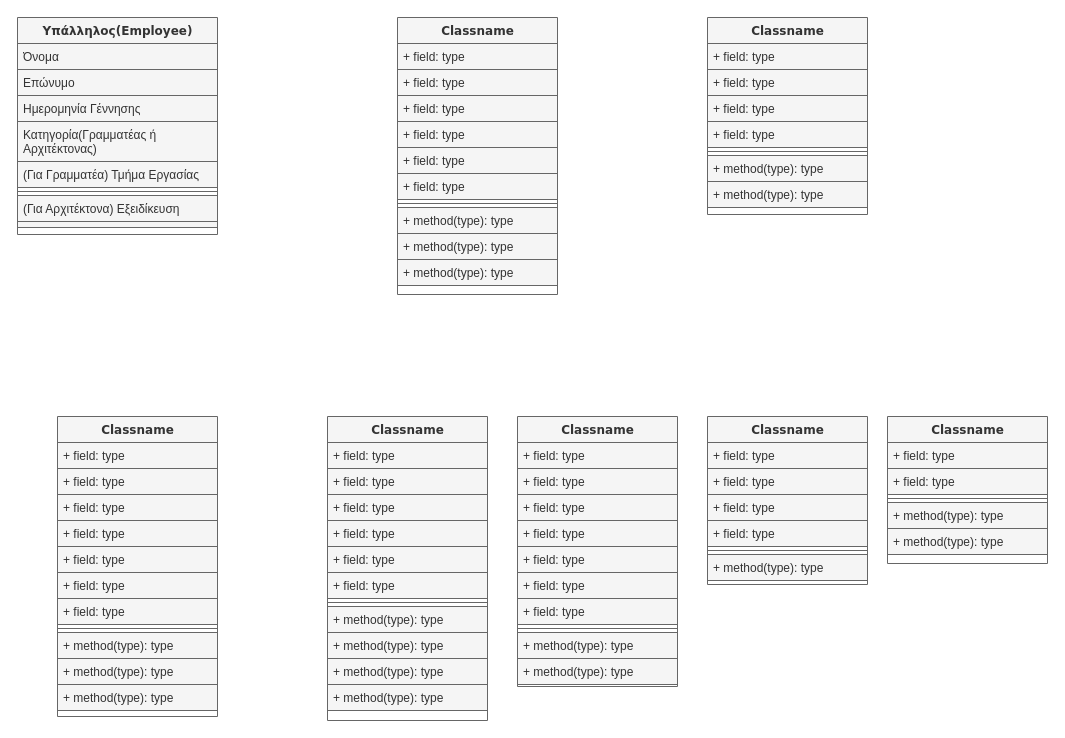
Arxonus/Programms keeps this draw.io diagram as CN5000 – Βάσεις Δεδομένων.drawio. Above is the earlier version. Source tidied: cells renumbered, new cells numbered last; positions are measured from the earlier drawing's top-left corner, leaving out a move shared by most shapes. Both pictures are drawn from the tidied source at 100%, with x=0, y=0 at pixel (17, 17).
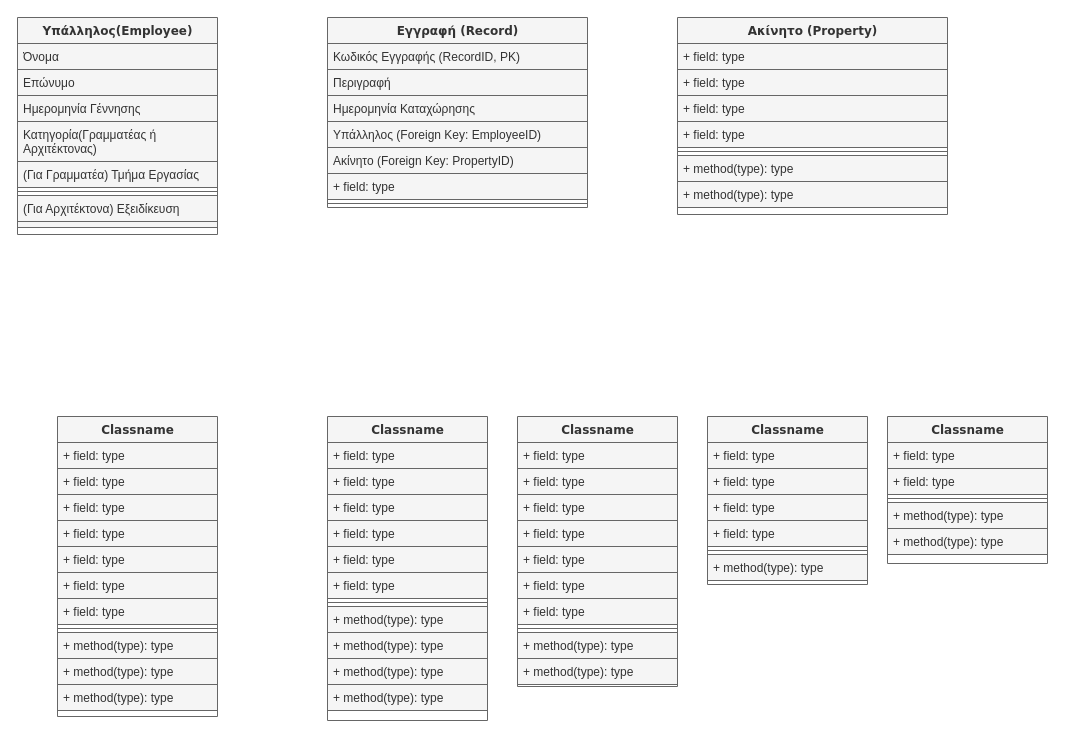
After the change.

Diff of the diagram source:
```diff
@@
-    <mxCell id="11" value="Classname" style="swimlane;html=1;fontStyle=1;align=center;verticalAlign=top;horizontal=1;startSize=26;swimlaneFillColor=#ffffff;rounded=0;shadow=0;comic=0;labelBackgroundColor=none;strokeWidth=1;fillColor=#f5f5f5;fontFamily=Verdana;fontSize=12;fontColor=#333333;strokeColor=#666666;" parent="1" vertex="1">
-      <mxGeometry x="380" width="160" height="277" as="geometry" />
+    <mxCell id="11" value="Εγγραφή (Record)" style="swimlane;html=1;fontStyle=1;align=center;verticalAlign=top;horizontal=1;startSize=26;swimlaneFillColor=#ffffff;rounded=0;shadow=0;comic=0;labelBackgroundColor=none;strokeWidth=1;fillColor=#f5f5f5;fontFamily=Verdana;fontSize=12;fontColor=#333333;strokeColor=#666666;" parent="1" vertex="1">
+      <mxGeometry x="310" width="260" height="190" as="geometry" />
     </mxCell>
-    <mxCell id="12" value="+ field: type" style="text;html=1;strokeColor=#666666;fillColor=#f5f5f5;align=left;verticalAlign=top;spacingLeft=4;spacingRight=4;whiteSpace=wrap;overflow=hidden;fontColor=#333333;" parent="11" vertex="1">
-      <mxGeometry y="26" width="160" height="26" as="geometry" />
+    <mxCell id="12" value="Κωδικός Εγγραφής (RecordID, PK)" style="text;html=1;strokeColor=#666666;fillColor=#f5f5f5;align=left;verticalAlign=top;spacingLeft=4;spacingRight=4;whiteSpace=wrap;overflow=hidden;fontColor=#333333;" parent="11" vertex="1">
+      <mxGeometry y="26" width="260" height="26" as="geometry" />
     </mxCell>
-    <mxCell id="13" value="+ field: type" style="text;html=1;strokeColor=#666666;fillColor=#f5f5f5;align=left;verticalAlign=top;spacingLeft=4;spacingRight=4;whiteSpace=wrap;overflow=hidden;fontColor=#333333;" parent="11" vertex="1">
-      <mxGeometry y="52" width="160" height="26" as="geometry" />
+    <mxCell id="13" value="Περιγραφή" style="text;html=1;strokeColor=#666666;fillColor=#f5f5f5;align=left;verticalAlign=top;spacingLeft=4;spacingRight=4;whiteSpace=wrap;overflow=hidden;fontColor=#333333;" parent="11" vertex="1">
+      <mxGeometry y="52" width="260" height="26" as="geometry" />
     </mxCell>
-    <mxCell id="14" value="+ field: type" style="text;html=1;strokeColor=#666666;fillColor=#f5f5f5;align=left;verticalAlign=top;spacingLeft=4;spacingRight=4;whiteSpace=wrap;overflow=hidden;fontColor=#333333;" parent="11" vertex="1">
-      <mxGeometry y="78" width="160" height="26" as="geometry" />
+    <mxCell id="14" value="Ημερομηνία Καταχώρησης" style="text;html=1;strokeColor=#666666;fillColor=#f5f5f5;align=left;verticalAlign=top;spacingLeft=4;spacingRight=4;whiteSpace=wrap;overflow=hidden;fontColor=#333333;" parent="11" vertex="1">
+      <mxGeometry y="78" width="260" height="26" as="geometry" />
     </mxCell>
-    <mxCell id="15" value="+ field: type" style="text;html=1;strokeColor=#666666;fillColor=#f5f5f5;align=left;verticalAlign=top;spacingLeft=4;spacingRight=4;whiteSpace=wrap;overflow=hidden;fontColor=#333333;" parent="11" vertex="1">
-      <mxGeometry y="104" width="160" height="26" as="geometry" />
+    <mxCell id="15" value="Υπάλληλος (Foreign Key: EmployeeID)" style="text;html=1;strokeColor=#666666;fillColor=#f5f5f5;align=left;verticalAlign=top;spacingLeft=4;spacingRight=4;whiteSpace=wrap;overflow=hidden;fontColor=#333333;" parent="11" vertex="1">
+      <mxGeometry y="104" width="260" height="26" as="geometry" />
     </mxCell>
-    <mxCell id="16" value="+ field: type" style="text;html=1;strokeColor=#666666;fillColor=#f5f5f5;align=left;verticalAlign=top;spacingLeft=4;spacingRight=4;whiteSpace=wrap;overflow=hidden;fontColor=#333333;" parent="11" vertex="1">
-      <mxGeometry y="130" width="160" height="26" as="geometry" />
+    <mxCell id="16" value="Ακίνητο (Foreign Key: PropertyID)" style="text;html=1;strokeColor=#666666;fillColor=#f5f5f5;align=left;verticalAlign=top;spacingLeft=4;spacingRight=4;whiteSpace=wrap;overflow=hidden;fontColor=#333333;" parent="11" vertex="1">
+      <mxGeometry y="130" width="260" height="26" as="geometry" />
     </mxCell>
     <mxCell id="17" value="+ field: type" style="text;html=1;strokeColor=#666666;fillColor=#f5f5f5;align=left;verticalAlign=top;spacingLeft=4;spacingRight=4;whiteSpace=wrap;overflow=hidden;fontColor=#333333;" parent="11" vertex="1">
-      <mxGeometry y="156" width="160" height="26" as="geometry" />
+      <mxGeometry y="156" width="260" height="26" as="geometry" />
     </mxCell>
     <mxCell id="18" style="line;html=1;strokeWidth=1;fillColor=#f5f5f5;align=left;verticalAlign=middle;spacingTop=-1;spacingLeft=3;spacingRight=3;labelPosition=right;fontColor=#333333;strokeColor=#666666;" parent="11" vertex="1">
-      <mxGeometry y="182" width="160" height="8" as="geometry" />
+      <mxGeometry y="182" width="260" height="8" as="geometry" />
     </mxCell>
-    <mxCell id="19" value="+ method(type): type" style="text;html=1;strokeColor=#666666;fillColor=#f5f5f5;align=left;verticalAlign=top;spacingLeft=4;spacingRight=4;whiteSpace=wrap;overflow=hidden;fontColor=#333333;" parent="11" vertex="1">
-      <mxGeometry y="190" width="160" height="26" as="geometry" />
-    </mxCell>
-    <mxCell id="20" value="+ method(type): type" style="text;html=1;strokeColor=#666666;fillColor=#f5f5f5;align=left;verticalAlign=top;spacingLeft=4;spacingRight=4;whiteSpace=wrap;overflow=hidden;fontColor=#333333;" parent="11" vertex="1">
-      <mxGeometry y="216" width="160" height="26" as="geometry" />
-    </mxCell>
-    <mxCell id="21" value="+ method(type): type" style="text;html=1;strokeColor=#666666;fillColor=#f5f5f5;align=left;verticalAlign=top;spacingLeft=4;spacingRight=4;whiteSpace=wrap;overflow=hidden;fontColor=#333333;" parent="11" vertex="1">
-      <mxGeometry y="242" width="160" height="26" as="geometry" />
-    </mxCell>
-    <mxCell id="22" value="Classname" style="swimlane;html=1;fontStyle=1;align=center;verticalAlign=top;horizontal=1;startSize=26;swimlaneFillColor=#ffffff;rounded=0;shadow=0;comic=0;labelBackgroundColor=none;strokeWidth=1;fillColor=#f5f5f5;fontFamily=Verdana;fontSize=12;fontColor=#333333;strokeColor=#666666;" parent="1" vertex="1">
-      <mxGeometry x="690" width="160" height="197" as="geometry" />
+    <mxCell id="22" value="Ακίνητο (Property)" style="swimlane;html=1;fontStyle=1;align=center;verticalAlign=top;horizontal=1;startSize=26;swimlaneFillColor=#ffffff;rounded=0;shadow=0;comic=0;labelBackgroundColor=none;strokeWidth=1;fillColor=#f5f5f5;fontFamily=Verdana;fontSize=12;fontColor=#333333;strokeColor=#666666;" parent="1" vertex="1">
+      <mxGeometry x="660" width="270" height="197" as="geometry" />
     </mxCell>
     <mxCell id="23" value="+ field: type" style="text;html=1;strokeColor=#666666;fillColor=#f5f5f5;align=left;verticalAlign=top;spacingLeft=4;spacingRight=4;whiteSpace=wrap;overflow=hidden;fontColor=#333333;" parent="22" vertex="1">
-      <mxGeometry y="26" width="160" height="26" as="geometry" />
+      <mxGeometry y="26" width="270" height="26" as="geometry" />
     </mxCell>
     <mxCell id="24" value="+ field: type" style="text;html=1;strokeColor=#666666;fillColor=#f5f5f5;align=left;verticalAlign=top;spacingLeft=4;spacingRight=4;whiteSpace=wrap;overflow=hidden;fontColor=#333333;" parent="22" vertex="1">
-      <mxGeometry y="52" width="160" height="26" as="geometry" />
+      <mxGeometry y="52" width="270" height="26" as="geometry" />
     </mxCell>
     <mxCell id="25" value="+ field: type" style="text;html=1;strokeColor=#666666;fillColor=#f5f5f5;align=left;verticalAlign=top;spacingLeft=4;spacingRight=4;whiteSpace=wrap;overflow=hidden;fontColor=#333333;" parent="22" vertex="1">
-      <mxGeometry y="78" width="160" height="26" as="geometry" />
+      <mxGeometry y="78" width="270" height="26" as="geometry" />
     </mxCell>
     <mxCell id="26" value="+ field: type" style="text;html=1;strokeColor=#666666;fillColor=#f5f5f5;align=left;verticalAlign=top;spacingLeft=4;spacingRight=4;whiteSpace=wrap;overflow=hidden;fontColor=#333333;" parent="22" vertex="1">
-      <mxGeometry y="104" width="160" height="26" as="geometry" />
+      <mxGeometry y="104" width="270" height="26" as="geometry" />
     </mxCell>
     <mxCell id="27" style="line;html=1;strokeWidth=1;fillColor=#f5f5f5;align=left;verticalAlign=middle;spacingTop=-1;spacingLeft=3;spacingRight=3;labelPosition=right;fontColor=#333333;strokeColor=#666666;" parent="22" vertex="1">
-      <mxGeometry y="130" width="160" height="8" as="geometry" />
+      <mxGeometry y="130" width="270" height="8" as="geometry" />
     </mxCell>
     <mxCell id="28" value="+ method(type): type" style="text;html=1;strokeColor=#666666;fillColor=#f5f5f5;align=left;verticalAlign=top;spacingLeft=4;spacingRight=4;whiteSpace=wrap;overflow=hidden;fontColor=#333333;" parent="22" vertex="1">
-      <mxGeometry y="138" width="160" height="26" as="geometry" />
+      <mxGeometry y="138" width="270" height="26" as="geometry" />
     </mxCell>
     <mxCell id="29" value="+ method(type): type" style="text;html=1;strokeColor=#666666;fillColor=#f5f5f5;align=left;verticalAlign=top;spacingLeft=4;spacingRight=4;whiteSpace=wrap;overflow=hidden;fontColor=#333333;" parent="22" vertex="1">
-      <mxGeometry y="164" width="160" height="26" as="geometry" />
+      <mxGeometry y="164" width="270" height="26" as="geometry" />
     </mxCell>
```
